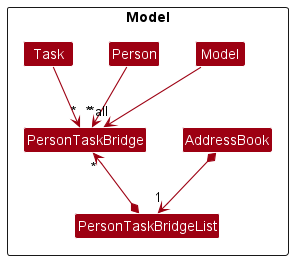
nus-cs2103-AY2223S1/tp keeps this PlantUML diagram as docs/images/PersonTaskBridgeDiagram.png. Above is the earlier version. The source it was exported from:
```plantuml
@startuml
!include style.puml
skinparam arrowThickness 1.1
skinparam arrowColor MODEL_COLOR
skinparam classBackgroundColor MODEL_COLOR

Package Model <<Rectangle>> {
    Class AddressBook
    Class Model
    Class Person
    Class Task
    Class PersonTaskBridge
    Class PersonTaskBridgeList
}

Person --> "*" PersonTaskBridge
Task --> "*" PersonTaskBridge
PersonTaskBridgeList *-up-> "*" PersonTaskBridge

AddressBook *--> "1" PersonTaskBridgeList
Model --> "~* all" PersonTaskBridge

@enduml
```
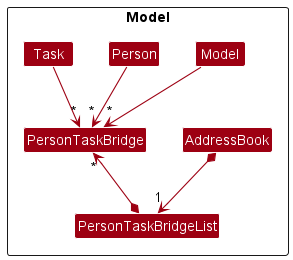
The same file after the commit.

The edit, as a diff of the source:
```diff
@@ -18,6 +18,6 @@
 PersonTaskBridgeList *-up-> "*" PersonTaskBridge
 
 AddressBook *--> "1" PersonTaskBridgeList
-Model --> "~* all" PersonTaskBridge
+Model --> "*" PersonTaskBridge
 
 @enduml
```
